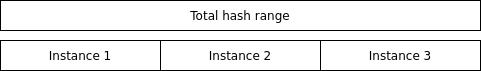
Above: images/dht2.png in htw-projekt-p2p-volltextsuche/vortrag (draw.io), before the change. Source tidied: cells renumbered, new cells last; positions are measured from the earlier drawing's top-left corner, leaving out a move shared by most shapes. Its diagram source:
```xml
<mxGraphModel>
  <root>
    <mxCell id="0" />
    <mxCell id="1" parent="0" />
    <mxCell id="2" value="Total hash range" style="rounded=0;whiteSpace=wrap;html=1;" parent="1" vertex="1">
      <mxGeometry width="480" height="30" as="geometry" />
    </mxCell>
    <mxCell id="3" value="Instance 1" style="rounded=0;whiteSpace=wrap;html=1;" parent="1" vertex="1">
      <mxGeometry y="40" width="160" height="30" as="geometry" />
    </mxCell>
    <mxCell id="4" value="Instance 2" style="rounded=0;whiteSpace=wrap;html=1;" parent="1" vertex="1">
      <mxGeometry x="160" y="40" width="160" height="30" as="geometry" />
    </mxCell>
    <mxCell id="5" value="Instance 3" style="rounded=0;whiteSpace=wrap;html=1;" parent="1" vertex="1">
      <mxGeometry x="320" y="40" width="160" height="30" as="geometry" />
    </mxCell>
  </root>
</mxGraphModel>
```
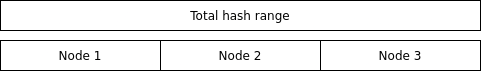
Above is the later version.

What changed in the source:
```diff
@@ -5,13 +5,13 @@
     <mxCell id="2" value="Total hash range" style="rounded=0;whiteSpace=wrap;html=1;" parent="1" vertex="1">
       <mxGeometry width="480" height="30" as="geometry" />
     </mxCell>
-    <mxCell id="3" value="Instance 1" style="rounded=0;whiteSpace=wrap;html=1;" parent="1" vertex="1">
+    <mxCell id="3" value="Node 1" style="rounded=0;whiteSpace=wrap;html=1;" parent="1" vertex="1">
       <mxGeometry y="40" width="160" height="30" as="geometry" />
     </mxCell>
-    <mxCell id="4" value="Instance 2" style="rounded=0;whiteSpace=wrap;html=1;" parent="1" vertex="1">
+    <mxCell id="4" value="Node 2" style="rounded=0;whiteSpace=wrap;html=1;" parent="1" vertex="1">
       <mxGeometry x="160" y="40" width="160" height="30" as="geometry" />
     </mxCell>
-    <mxCell id="5" value="Instance 3" style="rounded=0;whiteSpace=wrap;html=1;" parent="1" vertex="1">
+    <mxCell id="5" value="Node 3" style="rounded=0;whiteSpace=wrap;html=1;" parent="1" vertex="1">
       <mxGeometry x="320" y="40" width="160" height="30" as="geometry" />
     </mxCell>
   </root>
```
